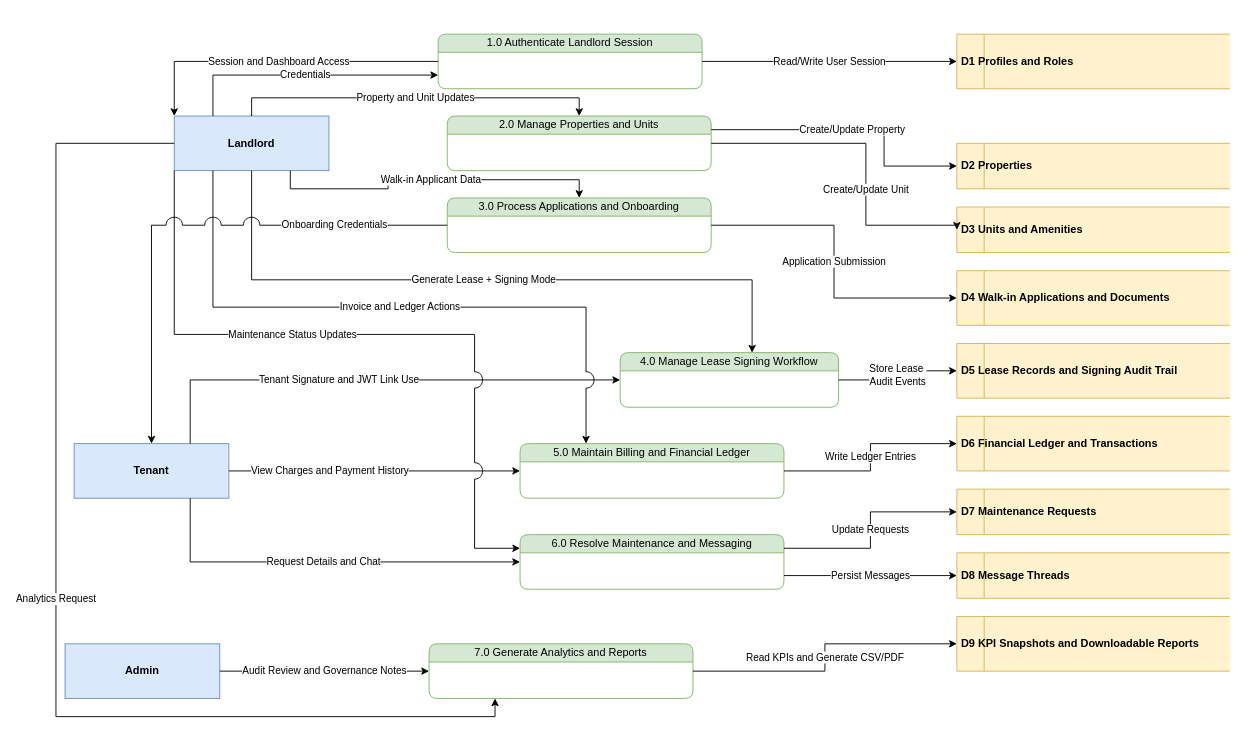
Above: docs/latest-documentations after major refactor/dfd-gane-sarson/dfd-level1-landlord-gane-sarson.drawio in Sedictt/iReside---Capstone (draw.io), before the change. Source tidied: cells renumbered, new cells numbered last; positions are measured from the earlier drawing's top-left corner, leaving out a move shared by most shapes. Both pictures are drawn from the tidied source at 91%, with x=0, y=0 at pixel (56, 34).
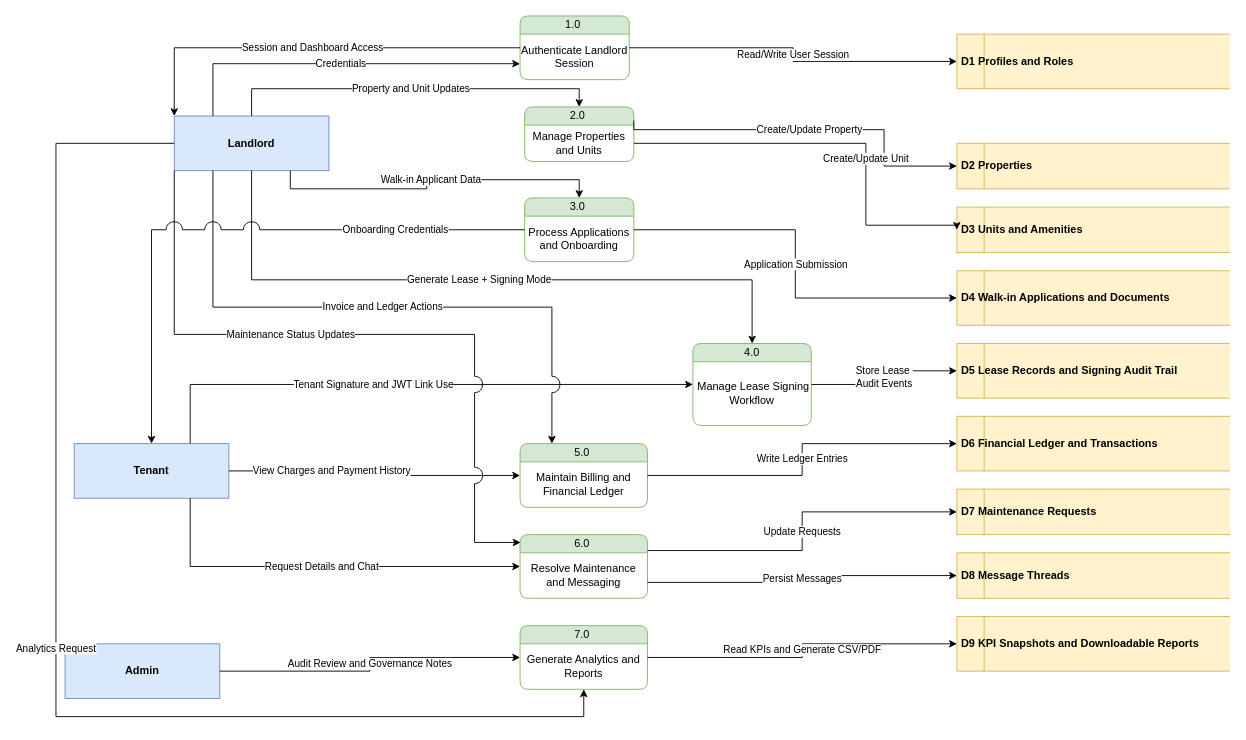
The same diagram, later.

Unchanged cells that the change refers to:
```xml
<mxCell id="2" value="Landlord" style="rounded=0;whiteSpace=wrap;html=1;fillColor=#dae8fc;strokeColor=#6c8ebf;fontStyle=1;" parent="1" vertex="1">
  <mxGeometry x="130" y="90" width="170" height="60" as="geometry" />
</mxCell>
```

Diff of the diagram source:
```diff
@@
-    <mxCell id="5" value="1.0 Authenticate Landlord Session" style="shape=swimlane;whiteSpace=wrap;html=1;backgroundOutline=1;fillColor=#d5e8d4;strokeColor=#82b366;fontStyle=0;startSize=20;horizontal=1;swimlaneFillColor=#ffffff;rounded=1;" parent="1" vertex="1">
-      <mxGeometry x="420" width="290" height="60" as="geometry" />
+    <mxCell id="5" value="1.0&amp;nbsp;" style="shape=swimlane;whiteSpace=wrap;html=1;backgroundOutline=1;fillColor=#d5e8d4;strokeColor=#82b366;fontStyle=0;startSize=20;horizontal=1;swimlaneFillColor=#ffffff;rounded=1;" parent="1" vertex="1">
+      <mxGeometry x="510" y="-20" width="120" height="70" as="geometry" />
     </mxCell>
+    <mxCell id="43" value="Authenticate Landlord Session" style="text;html=1;whiteSpace=wrap;strokeColor=none;fillColor=none;align=center;verticalAlign=middle;rounded=0;" parent="5" vertex="1">
+      <mxGeometry y="20" width="120" height="50" as="geometry" />
+    </mxCell>
-    <mxCell id="6" value="2.0 Manage Properties and Units" style="shape=swimlane;whiteSpace=wrap;html=1;backgroundOutline=1;fillColor=#d5e8d4;strokeColor=#82b366;fontStyle=0;startSize=20;horizontal=1;swimlaneFillColor=#ffffff;rounded=1;" parent="1" vertex="1">
-      <mxGeometry x="430" y="90" width="290" height="60" as="geometry" />
+    <mxCell id="6" value="2.0&amp;nbsp;" style="shape=swimlane;whiteSpace=wrap;html=1;backgroundOutline=1;fillColor=#d5e8d4;strokeColor=#82b366;fontStyle=0;startSize=20;horizontal=1;swimlaneFillColor=#ffffff;rounded=1;" parent="1" vertex="1">
+      <mxGeometry x="515" y="80" width="120" height="60" as="geometry" />
     </mxCell>
+    <mxCell id="44" value="Manage Properties and Units" style="text;html=1;whiteSpace=wrap;strokeColor=none;fillColor=none;align=center;verticalAlign=middle;rounded=0;" parent="6" vertex="1">
+      <mxGeometry y="20" width="120" height="40" as="geometry" />
+    </mxCell>
-    <mxCell id="7" value="3.0 Process Applications and Onboarding" style="shape=swimlane;whiteSpace=wrap;html=1;backgroundOutline=1;fillColor=#d5e8d4;strokeColor=#82b366;fontStyle=0;startSize=20;horizontal=1;swimlaneFillColor=#ffffff;rounded=1;" parent="1" vertex="1">
-      <mxGeometry x="430" y="180" width="290" height="60" as="geometry" />
+    <mxCell id="7" value="3.0&amp;nbsp;" style="shape=swimlane;whiteSpace=wrap;html=1;backgroundOutline=1;fillColor=#d5e8d4;strokeColor=#82b366;fontStyle=0;startSize=20;horizontal=1;swimlaneFillColor=#ffffff;rounded=1;" parent="1" vertex="1">
+      <mxGeometry x="515" y="180" width="120" height="70" as="geometry" />
     </mxCell>
+    <mxCell id="45" value="Process Applications and Onboarding" style="text;html=1;whiteSpace=wrap;strokeColor=none;fillColor=none;align=center;verticalAlign=middle;rounded=0;" parent="7" vertex="1">
+      <mxGeometry y="20" width="120" height="50" as="geometry" />
+    </mxCell>
-    <mxCell id="8" value="4.0 Manage Lease Signing Workflow" style="shape=swimlane;whiteSpace=wrap;html=1;backgroundOutline=1;fillColor=#d5e8d4;strokeColor=#82b366;fontStyle=0;startSize=20;horizontal=1;swimlaneFillColor=#ffffff;rounded=1;" parent="1" vertex="1">
-      <mxGeometry x="620" y="350" width="240" height="60" as="geometry" />
+    <mxCell id="8" value="4.0" style="shape=swimlane;whiteSpace=wrap;html=1;backgroundOutline=1;fillColor=#d5e8d4;strokeColor=#82b366;fontStyle=0;startSize=20;horizontal=1;swimlaneFillColor=#ffffff;rounded=1;" parent="1" vertex="1">
+      <mxGeometry x="700" y="340" width="130" height="90" as="geometry" />
     </mxCell>
+    <mxCell id="46" value="&amp;nbsp;Manage Lease Signing Workflow" style="text;html=1;whiteSpace=wrap;strokeColor=none;fillColor=none;align=center;verticalAlign=middle;rounded=0;" parent="8" vertex="1">
+      <mxGeometry y="20" width="130" height="70" as="geometry" />
+    </mxCell>
-    <mxCell id="9" value="5.0 Maintain Billing and Financial Ledger" style="shape=swimlane;whiteSpace=wrap;html=1;backgroundOutline=1;fillColor=#d5e8d4;strokeColor=#82b366;fontStyle=0;startSize=20;horizontal=1;swimlaneFillColor=#ffffff;rounded=1;" parent="1" vertex="1">
-      <mxGeometry x="510" y="450" width="290" height="60" as="geometry" />
+    <mxCell id="9" value="5.0&amp;nbsp;" style="shape=swimlane;whiteSpace=wrap;html=1;backgroundOutline=1;fillColor=#d5e8d4;strokeColor=#82b366;fontStyle=0;startSize=20;horizontal=1;swimlaneFillColor=#ffffff;rounded=1;" parent="1" vertex="1">
+      <mxGeometry x="510" y="450" width="140" height="70" as="geometry" />
     </mxCell>
+    <mxCell id="47" value="Maintain Billing and Financial Ledger" style="text;html=1;whiteSpace=wrap;strokeColor=none;fillColor=none;align=center;verticalAlign=middle;rounded=0;" parent="9" vertex="1">
+      <mxGeometry y="20" width="140" height="50" as="geometry" />
+    </mxCell>
-    <mxCell id="10" value="6.0 Resolve Maintenance and Messaging" style="shape=swimlane;whiteSpace=wrap;html=1;backgroundOutline=1;fillColor=#d5e8d4;strokeColor=#82b366;fontStyle=0;startSize=20;horizontal=1;swimlaneFillColor=#ffffff;rounded=1;" parent="1" vertex="1">
-      <mxGeometry x="510" y="550" width="290" height="60" as="geometry" />
+    <mxCell id="10" value="6.0&amp;nbsp;" style="shape=swimlane;whiteSpace=wrap;html=1;backgroundOutline=1;fillColor=#d5e8d4;strokeColor=#82b366;fontStyle=0;startSize=20;horizontal=1;swimlaneFillColor=#ffffff;rounded=1;" parent="1" vertex="1">
+      <mxGeometry x="510" y="550" width="140" height="70" as="geometry" />
     </mxCell>
+    <mxCell id="48" value="Resolve Maintenance and Messaging" style="text;html=1;whiteSpace=wrap;strokeColor=none;fillColor=none;align=center;verticalAlign=middle;rounded=0;" parent="10" vertex="1">
+      <mxGeometry y="20" width="140" height="50" as="geometry" />
+    </mxCell>
-    <mxCell id="11" value="7.0 Generate Analytics and Reports" style="shape=swimlane;whiteSpace=wrap;html=1;backgroundOutline=1;fillColor=#d5e8d4;strokeColor=#82b366;fontStyle=0;startSize=20;horizontal=1;swimlaneFillColor=#ffffff;rounded=1;" parent="1" vertex="1">
-      <mxGeometry x="410" y="670" width="290" height="60" as="geometry" />
+    <mxCell id="11" value="7.0&amp;nbsp;" style="shape=swimlane;whiteSpace=wrap;html=1;backgroundOutline=1;fillColor=#d5e8d4;strokeColor=#82b366;fontStyle=0;startSize=20;horizontal=1;swimlaneFillColor=#ffffff;rounded=1;" parent="1" vertex="1">
+      <mxGeometry x="510" y="650" width="140" height="70" as="geometry" />
     </mxCell>
+    <mxCell id="49" value="Generate Analytics and Reports" style="text;html=1;whiteSpace=wrap;strokeColor=none;fillColor=none;align=center;verticalAlign=middle;rounded=0;" parent="11" vertex="1">
+      <mxGeometry y="20" width="140" height="50" as="geometry" />
+    </mxCell>
@@
-    <mxCell id="35" value="Maintenance Status Updates" style="edgeStyle=orthogonalEdgeStyle;rounded=0;jettySize=auto;html=1;endArrow=classic;endFill=1;exitX=0;exitY=1;exitDx=0;exitDy=0;entryX=0;entryY=0.25;entryDx=0;entryDy=0;jumpStyle=arc;jumpSize=18;" parent="1" edge="1" source="2" target="10">
+    <mxCell id="35" value="Maintenance Status Updates" style="edgeStyle=orthogonalEdgeStyle;rounded=0;jettySize=auto;html=1;endArrow=classic;endFill=1;exitX=0;exitY=1;exitDx=0;exitDy=0;entryX=0.004;entryY=0.123;entryDx=0;entryDy=0;jumpStyle=arc;jumpSize=18;entryPerimeter=0;" parent="1" edge="1" source="2" target="10">
       <mxGeometry x="-0.22" relative="1" as="geometry">
         <Array as="points">
           <mxPoint x="130" y="330" />
           <mxPoint x="460" y="330" />
-          <mxPoint x="460" y="565" />
+          <mxPoint x="460" y="559" />
         </Array>
       </mxGeometry>
     </mxCell>
@@
-    <mxCell id="39" value="Analytics Request" style="edgeStyle=orthogonalEdgeStyle;rounded=0;jettySize=auto;html=1;endArrow=classic;endFill=1;entryX=0.25;entryY=1;entryDx=0;entryDy=0;exitX=0;exitY=0.5;exitDx=0;exitDy=0;" parent="1" edge="1" source="2" target="11">
+    <mxCell id="39" value="Analytics Request" style="edgeStyle=orthogonalEdgeStyle;rounded=0;jettySize=auto;html=1;endArrow=classic;endFill=1;entryX=0.5;entryY=1;entryDx=0;entryDy=0;exitX=0;exitY=0.5;exitDx=0;exitDy=0;" parent="1" edge="1" source="2" target="49">
       <mxGeometry relative="1" as="geometry">
         <Array as="points">
           <mxPoint y="120" />
           <mxPoint y="750" />
-          <mxPoint x="482" y="750" />
+          <mxPoint x="580" y="750" />
         </Array>
       </mxGeometry>
     </mxCell>
```
